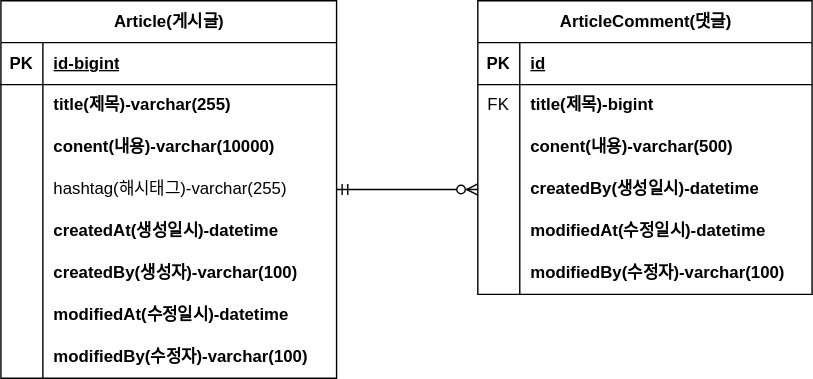
Before: document/project-board-erd.svg, a diagram exported from draw.io (eunyoung329/fastcampus-project-boardnew). Source tidied: cells renumbered, new cells last; positions are measured from the earlier drawing's top-left corner, leaving out a move shared by most shapes.
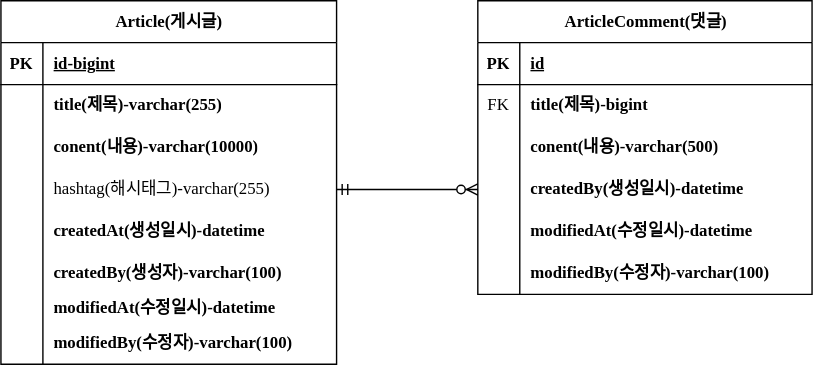
After the change.

Change to the diagram source:
```diff
@@ -2,16 +2,16 @@
   <root>
     <mxCell id="0" />
     <mxCell id="1" parent="0" />
-    <mxCell id="2" value="Article(게시글)" style="shape=table;startSize=30;rowLines=0;fontStyle=1;align=center;html=1;" parent="1" vertex="1">
-      <mxGeometry width="240" height="270" as="geometry" />
+    <mxCell id="2" value="&lt;font face=&quot;Georgia&quot;&gt;Article(게시글)&lt;/font&gt;" style="shape=table;startSize=30;rowLines=0;fontStyle=1;align=center;html=1;" parent="1" vertex="1">
+      <mxGeometry width="240" height="260" as="geometry" />
     </mxCell>
     <mxCell id="3" style="shape=tableRow;horizontal=0;startSize=0;swimlaneHead=0;swimlaneBody=0;fillColor=none;top=0;left=0;right=0;bottom=1;" parent="2" vertex="1">
       <mxGeometry y="30" width="240" height="30" as="geometry" />
     </mxCell>
-    <mxCell id="4" value="PK" style="shape=partialRectangle;fillColor=none;top=0;left=0;bottom=0;right=0;fontStyle=1;overflow=hidden;whiteSpace=wrap;html=1;" parent="3" vertex="1">
+    <mxCell id="4" value="PK" style="shape=partialRectangle;fillColor=none;top=0;left=0;bottom=0;right=0;fontStyle=1;overflow=hidden;whiteSpace=wrap;html=1;fontFamily=Georgia;" parent="3" vertex="1">
       <mxGeometry width="30" height="30" as="geometry" />
     </mxCell>
-    <mxCell id="5" value="id-bigint" style="shape=partialRectangle;fillColor=none;top=0;left=0;bottom=0;right=0;align=left;spacingLeft=6;fontStyle=5;overflow=hidden;whiteSpace=wrap;html=1;" parent="3" vertex="1">
+    <mxCell id="5" value="id-bigint" style="shape=partialRectangle;fillColor=none;top=0;left=0;bottom=0;right=0;align=left;spacingLeft=6;fontStyle=5;overflow=hidden;whiteSpace=wrap;html=1;fontFamily=Georgia;" parent="3" vertex="1">
       <mxGeometry x="30" width="210" height="30" as="geometry" />
     </mxCell>
     <mxCell id="6" style="shape=tableRow;horizontal=0;startSize=0;swimlaneHead=0;swimlaneBody=0;fillColor=none;top=0;left=0;right=0;bottom=0;" parent="2" vertex="1">
@@ -20,7 +20,7 @@
     <mxCell id="7" style="shape=partialRectangle;fillColor=none;top=0;left=0;bottom=0;right=0;overflow=hidden;whiteSpace=wrap;html=1;" parent="6" vertex="1">
       <mxGeometry width="30" height="30" as="geometry" />
     </mxCell>
-    <mxCell id="8" value="title(제목)-varchar(255)" style="shape=partialRectangle;fillColor=none;top=0;left=0;bottom=0;right=0;align=left;spacingLeft=6;overflow=hidden;whiteSpace=wrap;html=1;fontStyle=1;" parent="6" vertex="1">
+    <mxCell id="8" value="title(제목)-varchar(255)" style="shape=partialRectangle;fillColor=none;top=0;left=0;bottom=0;right=0;align=left;spacingLeft=6;overflow=hidden;whiteSpace=wrap;html=1;fontStyle=1;fontFamily=Georgia;" parent="6" vertex="1">
       <mxGeometry x="30" width="210" height="30" as="geometry" />
     </mxCell>
     <mxCell id="9" style="shape=tableRow;horizontal=0;startSize=0;swimlaneHead=0;swimlaneBody=0;fillColor=none;top=0;left=0;right=0;bottom=0;" parent="2" vertex="1">
@@ -29,7 +29,7 @@
     <mxCell id="10" style="shape=partialRectangle;fillColor=none;top=0;left=0;bottom=0;right=0;overflow=hidden;whiteSpace=wrap;html=1;" parent="9" vertex="1">
       <mxGeometry width="30" height="30" as="geometry" />
     </mxCell>
-    <mxCell id="11" value="conent(내용)-varchar(10000)" style="shape=partialRectangle;fillColor=none;top=0;left=0;bottom=0;right=0;align=left;spacingLeft=6;overflow=hidden;whiteSpace=wrap;html=1;fontStyle=1;" parent="9" vertex="1">
+    <mxCell id="11" value="conent(내용)-varchar(10000)" style="shape=partialRectangle;fillColor=none;top=0;left=0;bottom=0;right=0;align=left;spacingLeft=6;overflow=hidden;whiteSpace=wrap;html=1;fontStyle=1;fontFamily=Georgia;" parent="9" vertex="1">
       <mxGeometry x="30" width="210" height="30" as="geometry" />
     </mxCell>
     <mxCell id="12" style="shape=tableRow;horizontal=0;startSize=0;swimlaneHead=0;swimlaneBody=0;fillColor=none;points=[[0,0.5],[1,0.5]];portConstraint=eastwest;top=0;left=0;right=0;bottom=0;" parent="2" vertex="1">
@@ -38,7 +38,7 @@
     <mxCell id="13" style="shape=partialRectangle;fillColor=none;top=0;left=0;bottom=0;right=0;overflow=hidden;whiteSpace=wrap;html=1;" parent="12" vertex="1">
       <mxGeometry width="30" height="30" as="geometry" />
     </mxCell>
-    <mxCell id="14" value="hashtag(해시태그)-varchar(255)" style="shape=partialRectangle;fillColor=none;top=0;left=0;bottom=0;right=0;align=left;spacingLeft=6;overflow=hidden;whiteSpace=wrap;html=1;" parent="12" vertex="1">
+    <mxCell id="14" value="hashtag(해시태그)-varchar(255)" style="shape=partialRectangle;fillColor=none;top=0;left=0;bottom=0;right=0;align=left;spacingLeft=6;overflow=hidden;whiteSpace=wrap;html=1;fontFamily=Georgia;" parent="12" vertex="1">
       <mxGeometry x="30" width="210" height="30" as="geometry" />
     </mxCell>
     <mxCell id="15" style="shape=tableRow;horizontal=0;startSize=0;swimlaneHead=0;swimlaneBody=0;fillColor=none;top=0;left=0;right=0;bottom=0;" parent="2" vertex="1">
@@ -47,7 +47,7 @@
     <mxCell id="16" style="shape=partialRectangle;fillColor=none;top=0;left=0;bottom=0;right=0;overflow=hidden;whiteSpace=wrap;html=1;" parent="15" vertex="1">
       <mxGeometry width="30" height="30" as="geometry" />
     </mxCell>
-    <mxCell id="17" value="createdAt(생성일시)-datetime" style="shape=partialRectangle;fillColor=none;top=0;left=0;bottom=0;right=0;align=left;spacingLeft=6;overflow=hidden;whiteSpace=wrap;html=1;fontStyle=1;" parent="15" vertex="1">
+    <mxCell id="17" value="createdAt(생성일시)-datetime" style="shape=partialRectangle;fillColor=none;top=0;left=0;bottom=0;right=0;align=left;spacingLeft=6;overflow=hidden;whiteSpace=wrap;html=1;fontStyle=1;fontFamily=Georgia;" parent="15" vertex="1">
       <mxGeometry x="30" width="210" height="30" as="geometry" />
     </mxCell>
     <mxCell id="18" style="shape=tableRow;horizontal=0;startSize=0;swimlaneHead=0;swimlaneBody=0;fillColor=none;top=0;left=0;right=0;bottom=0;" parent="2" vertex="1">
@@ -56,46 +56,46 @@
     <mxCell id="19" style="shape=partialRectangle;fillColor=none;top=0;left=0;bottom=0;right=0;overflow=hidden;whiteSpace=wrap;html=1;" parent="18" vertex="1">
       <mxGeometry width="30" height="30" as="geometry" />
     </mxCell>
-    <mxCell id="20" value="createdBy(생성자)-varchar(100)" style="shape=partialRectangle;fillColor=none;top=0;left=0;bottom=0;right=0;align=left;spacingLeft=6;overflow=hidden;whiteSpace=wrap;html=1;fontStyle=1;" parent="18" vertex="1">
+    <mxCell id="20" value="createdBy(생성자)-varchar(100)" style="shape=partialRectangle;fillColor=none;top=0;left=0;bottom=0;right=0;align=left;spacingLeft=6;overflow=hidden;whiteSpace=wrap;html=1;fontStyle=1;fontFamily=Georgia;" parent="18" vertex="1">
       <mxGeometry x="30" width="210" height="30" as="geometry" />
     </mxCell>
     <mxCell id="21" style="shape=tableRow;horizontal=0;startSize=0;swimlaneHead=0;swimlaneBody=0;fillColor=none;top=0;left=0;right=0;bottom=0;" parent="2" vertex="1">
-      <mxGeometry y="210" width="240" height="30" as="geometry" />
+      <mxGeometry y="210" width="240" height="20" as="geometry" />
     </mxCell>
     <mxCell id="22" style="shape=partialRectangle;fillColor=none;top=0;left=0;bottom=0;right=0;overflow=hidden;whiteSpace=wrap;html=1;" parent="21" vertex="1">
-      <mxGeometry width="30" height="30" as="geometry" />
+      <mxGeometry width="30" height="20" as="geometry" />
     </mxCell>
-    <mxCell id="23" value="modifiedAt(수정일시)-datetime" style="shape=partialRectangle;fillColor=none;top=0;left=0;bottom=0;right=0;align=left;spacingLeft=6;overflow=hidden;whiteSpace=wrap;html=1;fontStyle=1;" parent="21" vertex="1">
-      <mxGeometry x="30" width="210" height="30" as="geometry" />
+    <mxCell id="23" value="modifiedAt(수정일시)-datetime" style="shape=partialRectangle;fillColor=none;top=0;left=0;bottom=0;right=0;align=left;spacingLeft=6;overflow=hidden;whiteSpace=wrap;html=1;fontStyle=1;fontFamily=Georgia;" parent="21" vertex="1">
+      <mxGeometry x="30" width="210" height="20" as="geometry" />
     </mxCell>
     <mxCell id="24" style="shape=tableRow;horizontal=0;startSize=0;swimlaneHead=0;swimlaneBody=0;fillColor=none;top=0;left=0;right=0;bottom=0;" parent="2" vertex="1">
-      <mxGeometry y="240" width="240" height="30" as="geometry" />
+      <mxGeometry y="230" width="240" height="30" as="geometry" />
     </mxCell>
     <mxCell id="25" style="shape=partialRectangle;fillColor=none;top=0;left=0;bottom=0;right=0;overflow=hidden;whiteSpace=wrap;html=1;" parent="24" vertex="1">
       <mxGeometry width="30" height="30" as="geometry" />
     </mxCell>
-    <mxCell id="26" value="modifiedBy(수정자)-varchar(100)" style="shape=partialRectangle;fillColor=none;top=0;left=0;bottom=0;right=0;align=left;spacingLeft=6;overflow=hidden;whiteSpace=wrap;html=1;fontStyle=1;" parent="24" vertex="1">
+    <mxCell id="26" value="modifiedBy(수정자)-varchar(100)" style="shape=partialRectangle;fillColor=none;top=0;left=0;bottom=0;right=0;align=left;spacingLeft=6;overflow=hidden;whiteSpace=wrap;html=1;fontStyle=1;fontFamily=Georgia;" parent="24" vertex="1">
       <mxGeometry x="30" width="210" height="30" as="geometry" />
     </mxCell>
-    <mxCell id="27" value="ArticleComment(댓글)" style="shape=table;startSize=30;rowLines=0;fontStyle=1;align=center;html=1;" parent="1" vertex="1">
+    <mxCell id="27" value="ArticleComment(댓글)" style="shape=table;startSize=30;rowLines=0;fontStyle=1;align=center;html=1;fontFamily=Georgia;" parent="1" vertex="1">
       <mxGeometry x="341" width="239" height="210" as="geometry" />
     </mxCell>
     <mxCell id="28" style="shape=tableRow;horizontal=0;startSize=0;swimlaneHead=0;swimlaneBody=0;fillColor=none;top=0;left=0;right=0;bottom=1;" parent="27" vertex="1">
       <mxGeometry y="30" width="239" height="30" as="geometry" />
     </mxCell>
-    <mxCell id="29" value="PK" style="shape=partialRectangle;fillColor=none;top=0;left=0;bottom=0;right=0;fontStyle=1;overflow=hidden;whiteSpace=wrap;html=1;" parent="28" vertex="1">
+    <mxCell id="29" value="PK" style="shape=partialRectangle;fillColor=none;top=0;left=0;bottom=0;right=0;fontStyle=1;overflow=hidden;whiteSpace=wrap;html=1;fontFamily=Georgia;" parent="28" vertex="1">
       <mxGeometry width="30" height="30" as="geometry" />
     </mxCell>
-    <mxCell id="30" value="id" style="shape=partialRectangle;fillColor=none;top=0;left=0;bottom=0;right=0;align=left;spacingLeft=6;fontStyle=5;overflow=hidden;whiteSpace=wrap;html=1;" parent="28" vertex="1">
+    <mxCell id="30" value="id" style="shape=partialRectangle;fillColor=none;top=0;left=0;bottom=0;right=0;align=left;spacingLeft=6;fontStyle=5;overflow=hidden;whiteSpace=wrap;html=1;fontFamily=Georgia;" parent="28" vertex="1">
       <mxGeometry x="30" width="209" height="30" as="geometry" />
     </mxCell>
     <mxCell id="31" style="shape=tableRow;horizontal=0;startSize=0;swimlaneHead=0;swimlaneBody=0;fillColor=none;top=0;left=0;right=0;bottom=0;" parent="27" vertex="1">
       <mxGeometry y="60" width="239" height="30" as="geometry" />
     </mxCell>
-    <mxCell id="32" value="FK" style="shape=partialRectangle;fillColor=none;top=0;left=0;bottom=0;right=0;overflow=hidden;whiteSpace=wrap;html=1;" parent="31" vertex="1">
+    <mxCell id="32" value="FK" style="shape=partialRectangle;fillColor=none;top=0;left=0;bottom=0;right=0;overflow=hidden;whiteSpace=wrap;html=1;fontFamily=Georgia;" parent="31" vertex="1">
       <mxGeometry width="30" height="30" as="geometry" />
     </mxCell>
-    <mxCell id="33" value="title(제목)-bigint" style="shape=partialRectangle;fillColor=none;top=0;left=0;bottom=0;right=0;align=left;spacingLeft=6;overflow=hidden;whiteSpace=wrap;html=1;fontStyle=1;" parent="31" vertex="1">
+    <mxCell id="33" value="title(제목)-bigint" style="shape=partialRectangle;fillColor=none;top=0;left=0;bottom=0;right=0;align=left;spacingLeft=6;overflow=hidden;whiteSpace=wrap;html=1;fontStyle=1;fontFamily=Georgia;" parent="31" vertex="1">
       <mxGeometry x="30" width="209" height="30" as="geometry" />
     </mxCell>
     <mxCell id="34" style="shape=tableRow;horizontal=0;startSize=0;swimlaneHead=0;swimlaneBody=0;fillColor=none;top=0;left=0;right=0;bottom=0;" parent="27" vertex="1">
@@ -104,7 +104,7 @@
     <mxCell id="35" style="shape=partialRectangle;fillColor=none;top=0;left=0;bottom=0;right=0;overflow=hidden;whiteSpace=wrap;html=1;" parent="34" vertex="1">
       <mxGeometry width="30" height="30" as="geometry" />
     </mxCell>
-    <mxCell id="36" value="conent(내용)-varchar(500)" style="shape=partialRectangle;fillColor=none;top=0;left=0;bottom=0;right=0;align=left;spacingLeft=6;overflow=hidden;whiteSpace=wrap;html=1;fontStyle=1;" parent="34" vertex="1">
+    <mxCell id="36" value="conent(내용)-varchar(500)" style="shape=partialRectangle;fillColor=none;top=0;left=0;bottom=0;right=0;align=left;spacingLeft=6;overflow=hidden;whiteSpace=wrap;html=1;fontStyle=1;fontFamily=Georgia;" parent="34" vertex="1">
       <mxGeometry x="30" width="209" height="30" as="geometry" />
     </mxCell>
     <mxCell id="37" style="shape=tableRow;horizontal=0;startSize=0;swimlaneHead=0;swimlaneBody=0;fillColor=none;points=[[0,0.5],[1,0.5]];portConstraint=eastwest;top=0;left=0;right=0;bottom=0;" parent="27" vertex="1">
@@ -113,7 +113,7 @@
     <mxCell id="38" style="shape=partialRectangle;fillColor=none;top=0;left=0;bottom=0;right=0;overflow=hidden;whiteSpace=wrap;html=1;" parent="37" vertex="1">
       <mxGeometry width="30" height="30" as="geometry" />
     </mxCell>
-    <mxCell id="39" value="createdBy(생성일시)-datetime" style="shape=partialRectangle;fillColor=none;top=0;left=0;bottom=0;right=0;align=left;spacingLeft=6;overflow=hidden;whiteSpace=wrap;html=1;fontStyle=1;" parent="37" vertex="1">
+    <mxCell id="39" value="createdBy(생성일시)-datetime" style="shape=partialRectangle;fillColor=none;top=0;left=0;bottom=0;right=0;align=left;spacingLeft=6;overflow=hidden;whiteSpace=wrap;html=1;fontStyle=1;fontFamily=Georgia;" parent="37" vertex="1">
       <mxGeometry x="30" width="209" height="30" as="geometry" />
     </mxCell>
     <mxCell id="40" style="shape=tableRow;horizontal=0;startSize=0;swimlaneHead=0;swimlaneBody=0;fillColor=none;top=0;left=0;right=0;bottom=0;" parent="27" vertex="1">
@@ -122,7 +122,7 @@
     <mxCell id="41" style="shape=partialRectangle;fillColor=none;top=0;left=0;bottom=0;right=0;overflow=hidden;whiteSpace=wrap;html=1;" parent="40" vertex="1">
       <mxGeometry width="30" height="30" as="geometry" />
     </mxCell>
-    <mxCell id="42" value="modifiedAt(수정일시)-datetime" style="shape=partialRectangle;fillColor=none;top=0;left=0;bottom=0;right=0;align=left;spacingLeft=6;overflow=hidden;whiteSpace=wrap;html=1;fontStyle=1;" parent="40" vertex="1">
+    <mxCell id="42" value="modifiedAt(수정일시)-datetime" style="shape=partialRectangle;fillColor=none;top=0;left=0;bottom=0;right=0;align=left;spacingLeft=6;overflow=hidden;whiteSpace=wrap;html=1;fontStyle=1;fontFamily=Georgia;" parent="40" vertex="1">
       <mxGeometry x="30" width="209" height="30" as="geometry" />
     </mxCell>
     <mxCell id="43" style="shape=tableRow;horizontal=0;startSize=0;swimlaneHead=0;swimlaneBody=0;fillColor=none;top=0;left=0;right=0;bottom=0;" parent="27" vertex="1">
@@ -131,7 +131,7 @@
     <mxCell id="44" style="shape=partialRectangle;fillColor=none;top=0;left=0;bottom=0;right=0;overflow=hidden;whiteSpace=wrap;html=1;" parent="43" vertex="1">
       <mxGeometry width="30" height="30" as="geometry" />
     </mxCell>
-    <mxCell id="45" value="modifiedBy(수정자)-varchar(100)" style="shape=partialRectangle;fillColor=none;top=0;left=0;bottom=0;right=0;align=left;spacingLeft=6;overflow=hidden;whiteSpace=wrap;html=1;fontStyle=1;" parent="43" vertex="1">
+    <mxCell id="45" value="modifiedBy(수정자)-varchar(100)" style="shape=partialRectangle;fillColor=none;top=0;left=0;bottom=0;right=0;align=left;spacingLeft=6;overflow=hidden;whiteSpace=wrap;html=1;fontStyle=1;fontFamily=Georgia;" parent="43" vertex="1">
       <mxGeometry x="30" width="209" height="30" as="geometry" />
     </mxCell>
     <mxCell id="46" style="edgeStyle=entityRelationEdgeStyle;fontSize=12;html=1;endArrow=ERzeroToMany;startArrow=ERmandOne;rounded=0;" parent="1" edge="1" source="12" target="37">
```
